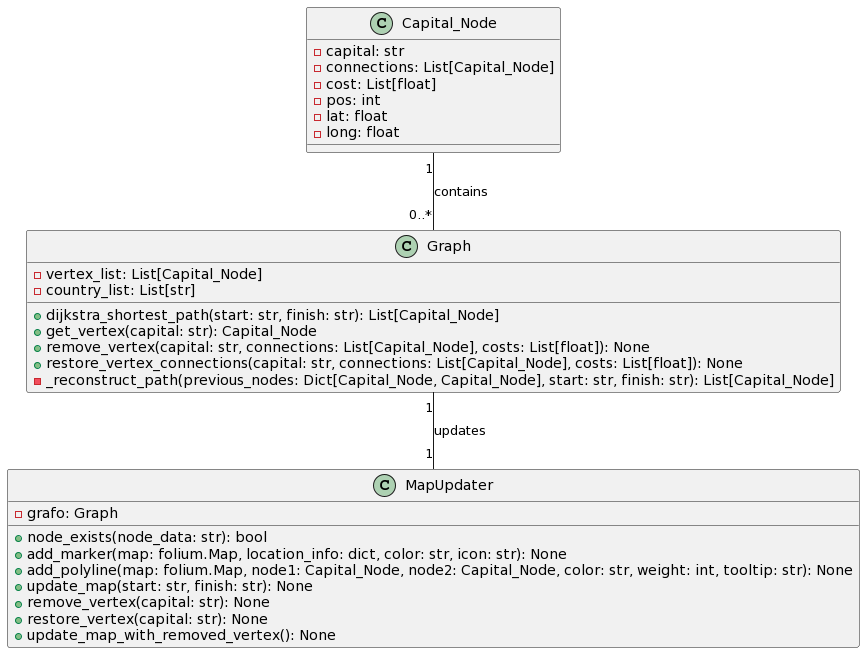
Earlier version of the PlantUML export uml/UML_Diagram.png (K3nnyZY/DS2_LAB2_AIRPORT).
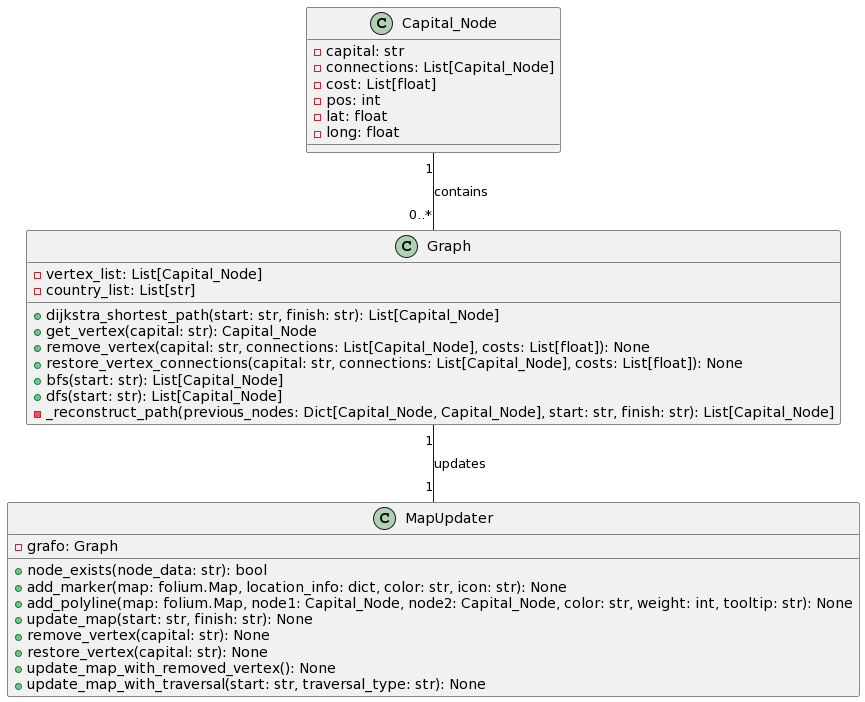
Later version of the same file.

Diff of the diagram source:
```diff
@@ -15,6 +15,8 @@
     +get_vertex(capital: str): Capital_Node
     +remove_vertex(capital: str, connections: List[Capital_Node], costs: List[float]): None
     +restore_vertex_connections(capital: str, connections: List[Capital_Node], costs: List[float]): None
+    +bfs(start: str): List[Capital_Node]
+    +dfs(start: str): List[Capital_Node]
     -_reconstruct_path(previous_nodes: Dict[Capital_Node, Capital_Node], start: str, finish: str): List[Capital_Node]
 }
 
@@ -27,6 +29,7 @@
     +remove_vertex(capital: str): None
     +restore_vertex(capital: str): None
     +update_map_with_removed_vertex(): None
+    +update_map_with_traversal(start: str, traversal_type: str): None
 }
 
 Capital_Node "1" -- "0..*" Graph: contains
```
